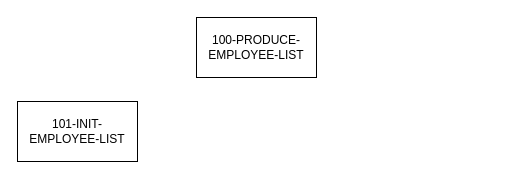
Wild-Things/Cobol-Flowcharts-a1 keeps this draw.io diagram as Assignment1 - charts.drawio. Above is the earlier version. Source tidied: cells renumbered, new cells numbered last; positions are measured from the earlier drawing's top-left corner, leaving out a move shared by most shapes. Both pictures are drawn from the tidied source at 100%, with x=0, y=0 at pixel (17, 17).
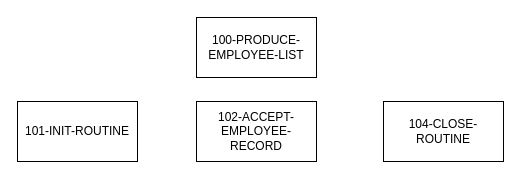
The same page after the edit.

Diff of the diagram source:
```diff
@@
 <mxGraphModel>
   <root>
     <mxCell id="0" />
     <mxCell id="1" parent="0" />
     <mxCell id="2" value="&lt;div&gt;100-PRODUCE-EMPLOYEE-LIST&lt;/div&gt;" style="rounded=0;whiteSpace=wrap;html=1;" parent="1" vertex="1">
       <mxGeometry x="179" width="120" height="60" as="geometry" />
     </mxCell>
-    <mxCell id="3" value="&lt;div&gt;101-INIT-EMPLOYEE-LIST&lt;/div&gt;" style="rounded=0;whiteSpace=wrap;html=1;" parent="1" vertex="1">
+    <mxCell id="3" value="&lt;div&gt;101-INIT-ROUTINE&lt;/div&gt;" style="rounded=0;whiteSpace=wrap;html=1;" parent="1" vertex="1">
       <mxGeometry y="84" width="120" height="60" as="geometry" />
     </mxCell>
+    <mxCell id="4" value="&lt;div&gt;102-ACCEPT-EMPLOYEE-RECORD&lt;/div&gt;" style="rounded=0;whiteSpace=wrap;html=1;" parent="1" vertex="1">
+      <mxGeometry x="179" y="84" width="120" height="60" as="geometry" />
+    </mxCell>
+    <mxCell id="5" value="&lt;div&gt;104-CLOSE-ROUTINE&lt;/div&gt;" style="rounded=0;whiteSpace=wrap;html=1;" parent="1" vertex="1">
+      <mxGeometry x="366" y="84" width="120" height="60" as="geometry" />
+    </mxCell>
   </root>
 </mxGraphModel>
```
